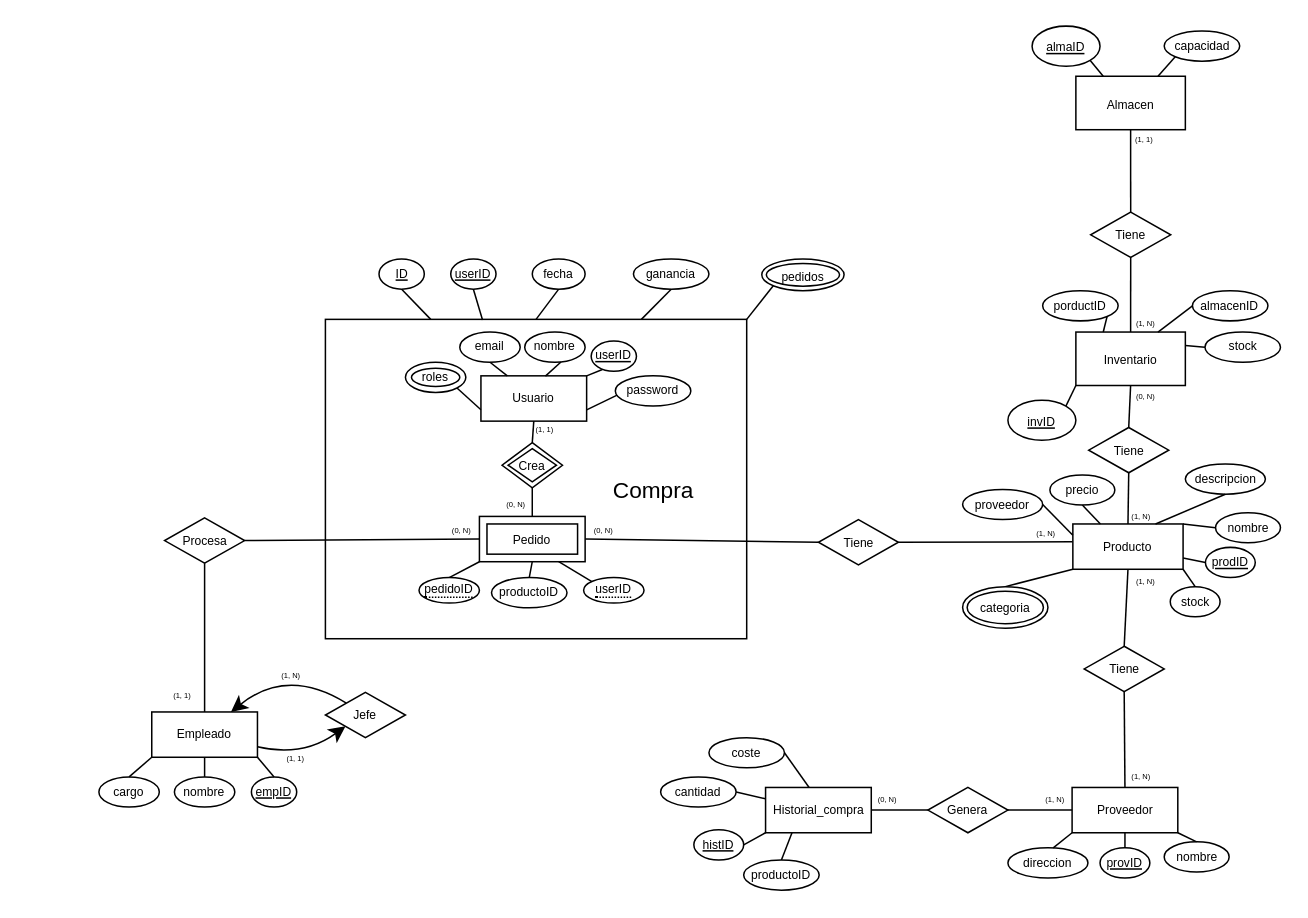
This is Diagrama sin título.drawio from SergioMir018/Inventario-FE, a draw.io file, before an edit. Source tidied: cells renumbered, new cells numbered last; positions are measured from the earlier drawing's top-left corner, leaving out a move shared by most shapes. Both pictures are drawn from the tidied source at 151%, with x=0, y=0 at pixel (98, 26).
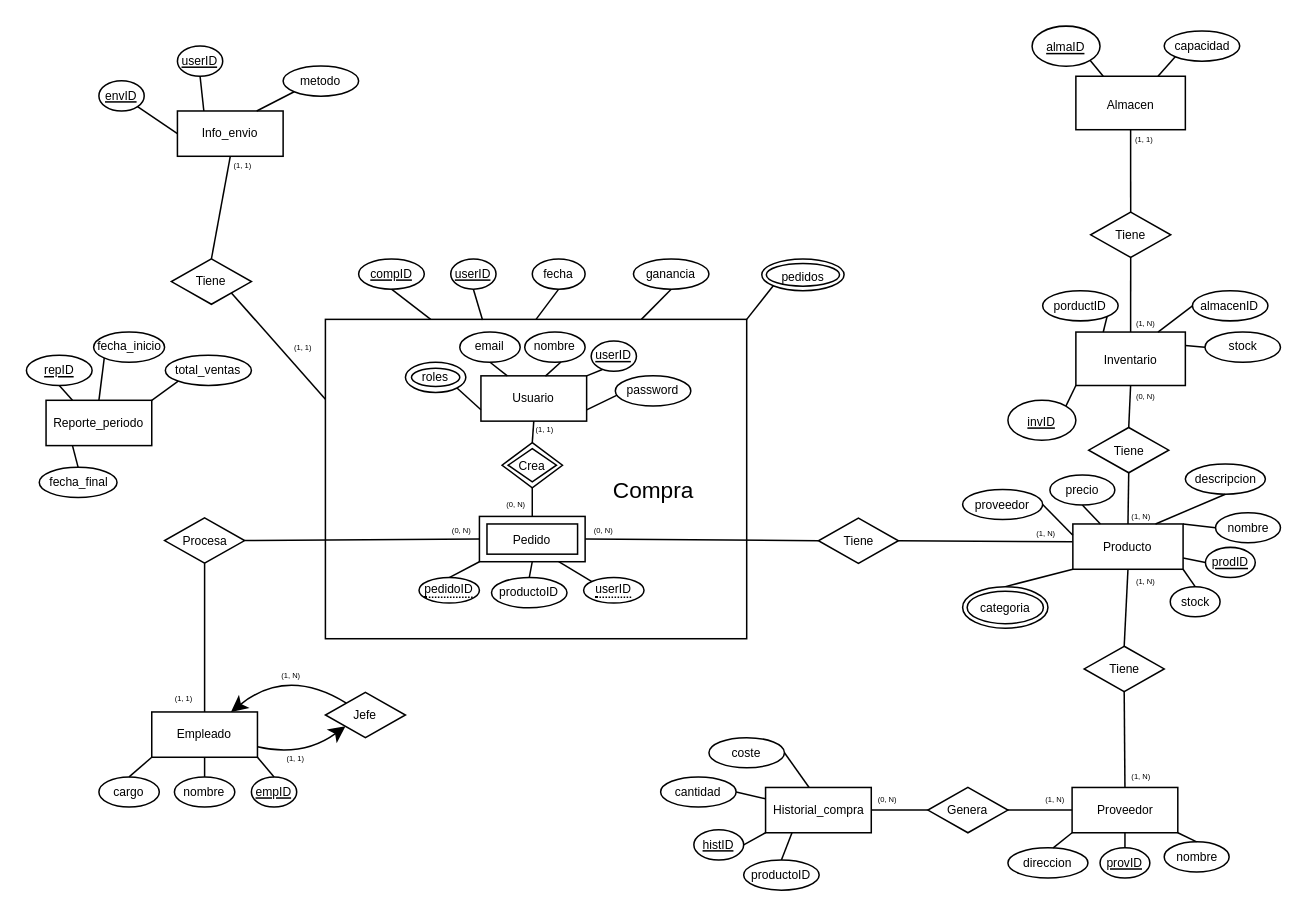
Above is the later version.

Unchanged cells that the change refers to:
```xml
<mxCell id="2" style="whiteSpace=wrap;html=1;align=center;fontSize=21;shadow=0;" parent="1" vertex="1">
  <mxGeometry x="150" y="194" width="279" height="211.5" as="geometry" />
</mxCell>
<mxCell id="46" value="Pedido" style="shape=ext;margin=3;double=1;whiteSpace=wrap;html=1;align=center;fontSize=8;shadow=0;" parent="1" vertex="1">
  <mxGeometry x="252" y="324.5" width="70" height="30" as="geometry" />
</mxCell>
```

The edit, as a diff of the source:
```diff
@@
     <mxCell id="48" value="Tiene" style="shape=rhombus;perimeter=rhombusPerimeter;whiteSpace=wrap;html=1;align=center;fontSize=8;shadow=0;" parent="1" vertex="1">
-      <mxGeometry x="476.5" y="326.6" width="53" height="30" as="geometry" />
+      <mxGeometry x="476.5" y="325.6" width="53" height="30" as="geometry" />
     </mxCell>
-    <mxCell id="49" style="endArrow=none;html=1;rounded=0;fontSize=12;startSize=8;endSize=8;curved=1;entryX=0;entryY=0.5;entryDx=0;entryDy=0;labelBackgroundColor=none;fontColor=default;shadow=0;exitX=1;exitY=0.5;exitDx=0;exitDy=0;" parent="1" edge="1" source="46" target="48">
+    <mxCell id="49" style="endArrow=none;html=1;rounded=0;fontSize=12;startSize=8;endSize=8;curved=1;entryX=0;entryY=0.25;entryDx=0;entryDy=0;labelBackgroundColor=none;fontColor=default;shadow=0;exitX=1;exitY=1;exitDx=0;exitDy=0;" parent="1" edge="1" source="141" target="2">
       <mxGeometry relative="1" as="geometry" />
     </mxCell>
@@
     <mxCell id="68" value="&lt;span style=&quot;font-size: 5px;&quot;&gt;(1, 1)&lt;/span&gt;" style="text;html=1;align=center;verticalAlign=middle;strokeColor=none;fillColor=none;fontSize=16;shadow=0;" parent="1" vertex="1">
-      <mxGeometry x="35" y="424" width="40" height="30" as="geometry" />
+      <mxGeometry x="36" y="426" width="40" height="30" as="geometry" />
     </mxCell>
@@
-    <mxCell id="71" value="&lt;u style=&quot;font-size: 8px;&quot;&gt;ID&lt;/u&gt;" style="ellipse;whiteSpace=wrap;html=1;rounded=0;labelBackgroundColor=none;fontSize=8;shadow=0;" parent="1" vertex="1">
-      <mxGeometry x="185.5" y="154" width="30" height="20" as="geometry" />
+    <mxCell id="71" value="&lt;u style=&quot;font-size: 8px;&quot;&gt;compID&lt;/u&gt;" style="ellipse;whiteSpace=wrap;html=1;rounded=0;labelBackgroundColor=none;fontSize=8;shadow=0;" parent="1" vertex="1">
+      <mxGeometry x="172" y="154" width="43.5" height="20" as="geometry" />
     </mxCell>
@@
+    <mxCell id="125" value="Reporte_periodo" style="rounded=0;whiteSpace=wrap;html=1;fontSize=8;labelBackgroundColor=none;shadow=0;" parent="1" vertex="1">
+      <mxGeometry x="-35" y="247.6" width="70" height="30" as="geometry" />
+    </mxCell>
+    <mxCell id="126" value="&lt;u style=&quot;font-size: 8px;&quot;&gt;repID&lt;/u&gt;" style="ellipse;whiteSpace=wrap;html=1;rounded=0;labelBackgroundColor=none;fontSize=8;shadow=0;" parent="1" vertex="1">
+      <mxGeometry x="-48" y="217.8" width="43.5" height="20" as="geometry" />
+    </mxCell>
+    <mxCell id="127" value="fecha_inicio" style="ellipse;whiteSpace=wrap;html=1;align=center;fontSize=8;shadow=0;" parent="1" vertex="1">
+      <mxGeometry x="-3.5" y="202.4" width="47" height="20" as="geometry" />
+    </mxCell>
+    <mxCell id="128" value="fecha_final" style="ellipse;whiteSpace=wrap;html=1;align=center;fontSize=8;shadow=0;" parent="1" vertex="1">
+      <mxGeometry x="-39.5" y="292" width="51.5" height="20" as="geometry" />
+    </mxCell>
+    <mxCell id="129" value="total_ventas" style="ellipse;whiteSpace=wrap;html=1;align=center;fontSize=8;shadow=0;" parent="1" vertex="1">
+      <mxGeometry x="44" y="217.8" width="57" height="20" as="geometry" />
+    </mxCell>
+    <mxCell id="130" style="endArrow=none;html=1;rounded=0;fontSize=12;startSize=8;endSize=8;curved=1;entryX=0.5;entryY=1;entryDx=0;entryDy=0;exitX=0.25;exitY=0;exitDx=0;exitDy=0;" parent="1" edge="1" source="125" target="126">
+      <mxGeometry relative="1" as="geometry" />
+    </mxCell>
+    <mxCell id="131" style="endArrow=none;html=1;rounded=0;fontSize=12;startSize=8;endSize=8;curved=1;entryX=0;entryY=1;entryDx=0;entryDy=0;exitX=0.5;exitY=0;exitDx=0;exitDy=0;" parent="1" edge="1" source="125" target="127">
+      <mxGeometry relative="1" as="geometry" />
+    </mxCell>
+    <mxCell id="132" style="endArrow=none;html=1;rounded=0;fontSize=12;startSize=8;endSize=8;curved=1;entryX=0;entryY=1;entryDx=0;entryDy=0;exitX=1;exitY=0;exitDx=0;exitDy=0;" parent="1" edge="1" source="125" target="129">
+      <mxGeometry relative="1" as="geometry" />
+    </mxCell>
+    <mxCell id="133" style="endArrow=none;html=1;rounded=0;fontSize=12;startSize=8;endSize=8;curved=1;entryX=0.5;entryY=0;entryDx=0;entryDy=0;exitX=0.25;exitY=1;exitDx=0;exitDy=0;" parent="1" edge="1" source="125" target="128">
+      <mxGeometry relative="1" as="geometry" />
+    </mxCell>
+    <mxCell id="134" value="Info_envio" style="rounded=0;whiteSpace=wrap;html=1;fontSize=8;labelBackgroundColor=none;shadow=0;" parent="1" vertex="1">
+      <mxGeometry x="52" y="56" width="70" height="30" as="geometry" />
+    </mxCell>
+    <mxCell id="135" value="&lt;u&gt;userID&lt;/u&gt;" style="ellipse;whiteSpace=wrap;html=1;rounded=0;labelBackgroundColor=none;fontSize=8;shadow=0;" parent="1" vertex="1">
+      <mxGeometry x="52" y="13" width="30" height="20" as="geometry" />
+    </mxCell>
+    <mxCell id="136" value="metodo" style="ellipse;whiteSpace=wrap;html=1;rounded=0;labelBackgroundColor=none;fontSize=8;shadow=0;" parent="1" vertex="1">
+      <mxGeometry x="122" y="26.2" width="50" height="20" as="geometry" />
+    </mxCell>
+    <mxCell id="137" value="&lt;u&gt;envID&lt;/u&gt;" style="ellipse;whiteSpace=wrap;html=1;rounded=0;labelBackgroundColor=none;fontSize=8;shadow=0;" parent="1" vertex="1">
+      <mxGeometry y="36" width="30" height="20" as="geometry" />
+    </mxCell>
+    <mxCell id="138" style="endArrow=none;html=1;rounded=0;fontSize=12;startSize=8;endSize=8;curved=1;exitX=0;exitY=1;exitDx=0;exitDy=0;labelBackgroundColor=none;fontColor=default;shadow=0;entryX=0.75;entryY=0;entryDx=0;entryDy=0;" parent="1" edge="1" source="136" target="134">
+      <mxGeometry relative="1" as="geometry" />
+    </mxCell>
+    <mxCell id="139" style="endArrow=none;html=1;rounded=0;fontSize=12;startSize=8;endSize=8;curved=1;exitX=0.5;exitY=1;exitDx=0;exitDy=0;labelBackgroundColor=none;fontColor=default;shadow=0;entryX=0.25;entryY=0;entryDx=0;entryDy=0;" parent="1" edge="1" source="135" target="134">
+      <mxGeometry relative="1" as="geometry" />
+    </mxCell>
+    <mxCell id="140" style="endArrow=none;html=1;rounded=0;fontSize=12;startSize=8;endSize=8;curved=1;exitX=1;exitY=1;exitDx=0;exitDy=0;labelBackgroundColor=none;fontColor=default;shadow=0;entryX=0;entryY=0.5;entryDx=0;entryDy=0;" parent="1" edge="1" source="137" target="134">
+      <mxGeometry relative="1" as="geometry" />
+    </mxCell>
+    <mxCell id="141" value="Tiene" style="shape=rhombus;perimeter=rhombusPerimeter;whiteSpace=wrap;html=1;align=center;fontSize=8;shadow=0;" parent="1" vertex="1">
+      <mxGeometry x="48" y="154" width="53" height="30" as="geometry" />
+    </mxCell>
+    <mxCell id="142" style="endArrow=none;html=1;rounded=0;fontSize=12;startSize=8;endSize=8;curved=1;entryX=0.5;entryY=1;entryDx=0;entryDy=0;exitX=0.5;exitY=0;exitDx=0;exitDy=0;" parent="1" edge="1" source="141" target="134">
+      <mxGeometry relative="1" as="geometry" />
+    </mxCell>
+    <mxCell id="143" value="&lt;span style=&quot;font-size: 5px;&quot;&gt;(1, 1)&lt;/span&gt;" style="text;html=1;align=center;verticalAlign=middle;strokeColor=none;fillColor=none;fontSize=16;shadow=0;" parent="1" vertex="1">
+      <mxGeometry x="115" y="194" width="40" height="30" as="geometry" />
+    </mxCell>
+    <mxCell id="144" value="&lt;span style=&quot;font-size: 5px;&quot;&gt;(1, 1)&lt;/span&gt;" style="text;html=1;align=center;verticalAlign=middle;strokeColor=none;fillColor=none;fontSize=16;shadow=0;" parent="1" vertex="1">
+      <mxGeometry x="75" y="73" width="40" height="30" as="geometry" />
+    </mxCell>
+    <mxCell id="145" style="endArrow=none;html=1;rounded=0;fontSize=12;startSize=8;endSize=8;curved=1;exitX=1;exitY=0.5;exitDx=0;exitDy=0;labelBackgroundColor=none;fontColor=default;shadow=0;entryX=0;entryY=0.5;entryDx=0;entryDy=0;" parent="1" edge="1" source="46" target="48">
+      <mxGeometry relative="1" as="geometry" />
+    </mxCell>
```
